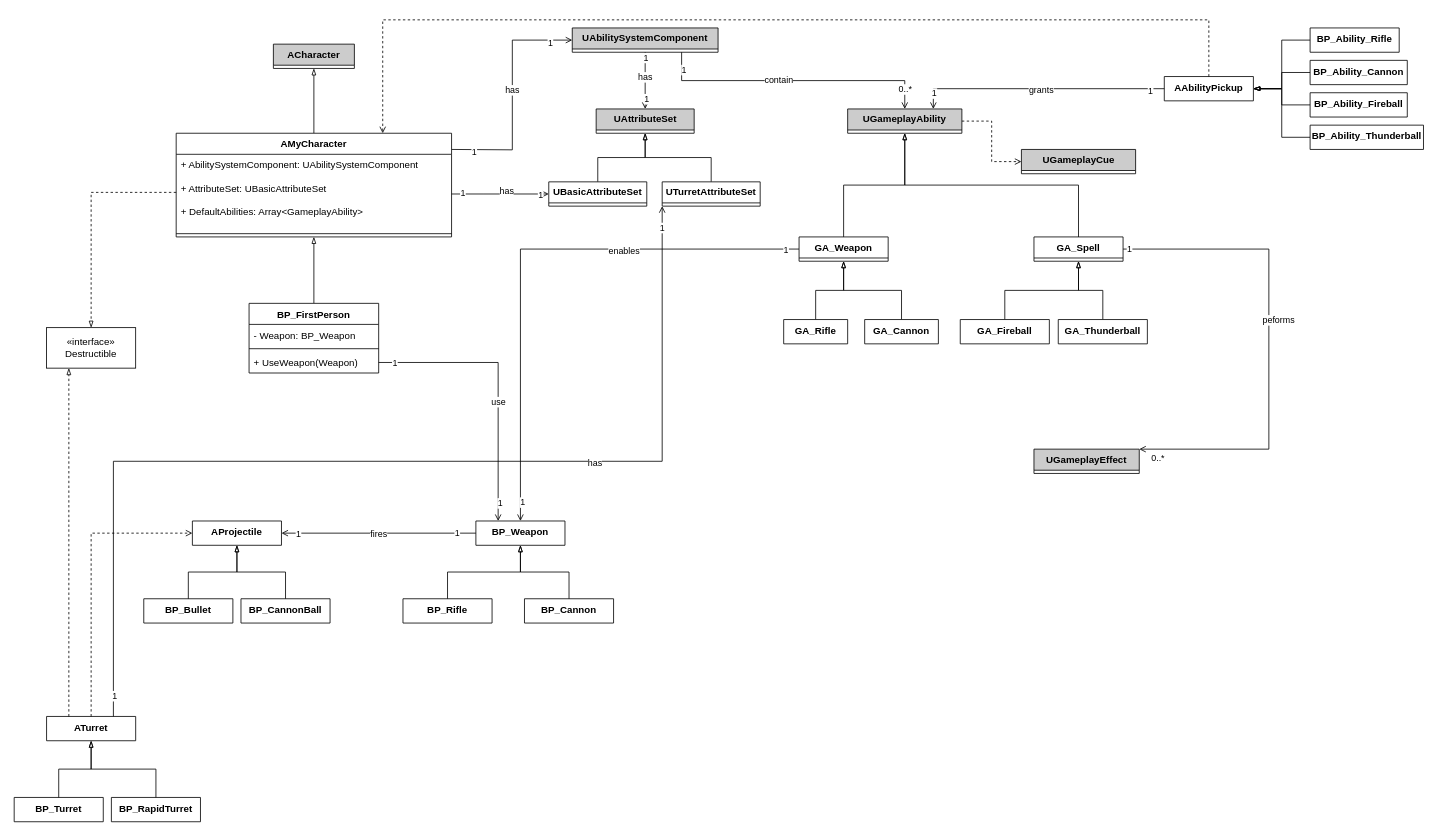
The draw.io diagram TurretShooter_UML_Class.drawio in Grandmarkk/TurretShooter, before the edit. Source tidied: cells renumbered, new cells numbered last; positions are measured from the earlier drawing's top-left corner, leaving out a move shared by most shapes. Both pictures are drawn from the tidied source at 81%, with x=0, y=0 at pixel (14, 19).
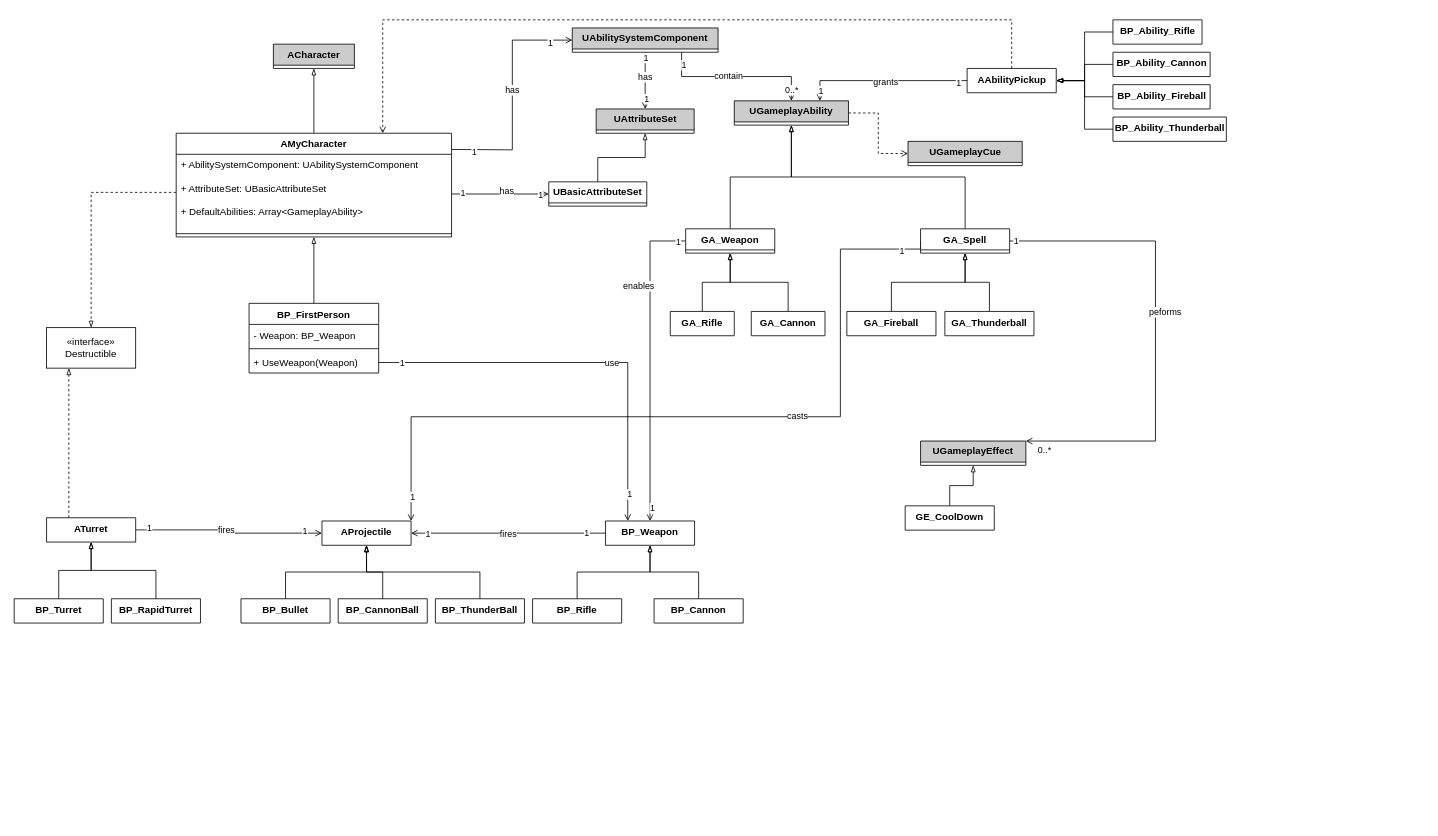
After the change.

Commit message (it also covers changes not shown here):
Class diagram updated

Unchanged cells that the change refers to:
```xml
<mxCell id="12" value="AMyCharacter" style="swimlane;fontStyle=1;align=center;verticalAlign=top;horizontal=1;startSize=26;whiteSpace=wrap;html=1;" parent="1" vertex="1">
  <mxGeometry x="200" y="140" width="340" height="128" as="geometry" />
</mxCell>
<mxCell id="33" value="&lt;b&gt;UAttributeSet&lt;/b&gt;" style="swimlane;fontStyle=0;horizontal=1;startSize=26;fillColor=#CCCCCC;whiteSpace=wrap;html=1;" parent="1" vertex="1" collapsed="1">
  <mxGeometry x="718.5" y="110" width="121" height="30" as="geometry" />
</mxCell>
```

Diff of the diagram source:
```diff
@@
     <mxCell id="37" value="&lt;b&gt;UGameplayAbility&lt;/b&gt;" style="swimlane;fontStyle=0;horizontal=1;startSize=26;fillColor=#CCCCCC;whiteSpace=wrap;html=1;" parent="1" vertex="1" collapsed="1">
-      <mxGeometry x="1029" y="110" width="141" height="30" as="geometry" />
+      <mxGeometry x="889" y="100" width="141" height="30" as="geometry" />
     </mxCell>
@@
     <mxCell id="39" style="edgeStyle=orthogonalEdgeStyle;rounded=0;jettySize=auto;html=1;endArrow=open;endFill=0;" parent="1" edge="1" source="43" target="48">
-      <mxGeometry relative="1" as="geometry" />
+      <mxGeometry relative="1" as="geometry">
+        <Array as="points">
+          <mxPoint x="785" y="273" />
+        </Array>
+      </mxGeometry>
     </mxCell>
     <mxCell id="40" value="enables" style="edgeLabel;html=1;align=center;verticalAlign=middle;" parent="39" vertex="1">
       <mxGeometry x="-0.49" y="1" relative="1" as="geometry">
-        <mxPoint x="-44" as="offset" />
+        <mxPoint x="-16" as="offset" />
       </mxGeometry>
     </mxCell>
@@
     <mxCell id="43" value="GA_Weapon" style="swimlane;fontStyle=1;align=center;verticalAlign=top;horizontal=1;startSize=26;whiteSpace=wrap;html=1;" parent="1" vertex="1" collapsed="1">
-      <mxGeometry x="969" y="268" width="110" height="30" as="geometry" />
+      <mxGeometry x="829" y="258" width="110" height="30" as="geometry" />
     </mxCell>
@@
     <mxCell id="48" value="BP_Weapon" style="swimlane;fontStyle=1;align=center;verticalAlign=top;horizontal=1;startSize=0;whiteSpace=wrap;html=1;" parent="1" vertex="1" collapsed="1">
-      <mxGeometry x="570" y="618.7" width="110" height="30" as="geometry" />
+      <mxGeometry x="730" y="618.7" width="110" height="30" as="geometry" />
     </mxCell>
@@
     <mxCell id="50" style="edgeStyle=orthogonalEdgeStyle;rounded=0;jettySize=auto;html=1;endArrow=open;endFill=0;exitX=1;exitY=0.5;exitDx=0;exitDy=0;entryX=1;entryY=0;entryDx=0;entryDy=0;" parent="1" edge="1" source="54" target="72">
       <mxGeometry relative="1" as="geometry">
         <Array as="points">
-          <mxPoint x="1549" y="283" />
-          <mxPoint x="1549" y="530" />
+          <mxPoint x="1409" y="273" />
+          <mxPoint x="1409" y="520" />
         </Array>
       </mxGeometry>
     </mxCell>
@@
+    <mxCell id="103" style="edgeStyle=orthogonalEdgeStyle;rounded=0;jettySize=auto;html=1;exitX=0;exitY=0.5;exitDx=0;exitDy=0;entryX=1;entryY=0;entryDx=0;entryDy=0;endArrow=open;endFill=0;" parent="1" edge="1" source="54" target="57">
+      <mxGeometry relative="1" as="geometry">
+        <Array as="points">
+          <mxPoint x="1119" y="283" />
+          <mxPoint x="1020" y="283" />
+          <mxPoint x="1020" y="490" />
+          <mxPoint x="490" y="490" />
+        </Array>
+      </mxGeometry>
+    </mxCell>
+    <mxCell id="104" value="casts" style="edgeLabel;html=1;align=center;verticalAlign=middle;" parent="103" vertex="1">
+      <mxGeometry x="-0.24" y="-2" relative="1" as="geometry" />
+    </mxCell>
+    <mxCell id="105" value="1" style="edgeLabel;html=1;align=center;verticalAlign=middle;" parent="103" vertex="1">
+      <mxGeometry x="0.94" y="1" relative="1" as="geometry">
+        <mxPoint y="-1" as="offset" />
+      </mxGeometry>
+    </mxCell>
+    <mxCell id="106" value="1" style="edgeLabel;html=1;align=center;verticalAlign=middle;" parent="103" vertex="1">
+      <mxGeometry x="-0.93" y="1" relative="1" as="geometry" />
+    </mxCell>
     <mxCell id="54" value="GA_Spell" style="swimlane;fontStyle=1;align=center;verticalAlign=top;horizontal=1;startSize=26;whiteSpace=wrap;html=1;" parent="1" vertex="1" collapsed="1">
-      <mxGeometry x="1259" y="268" width="110" height="30" as="geometry" />
+      <mxGeometry x="1119" y="258" width="110" height="30" as="geometry" />
     </mxCell>
@@
     <mxCell id="56" value="BP_Rifle" style="swimlane;fontStyle=1;align=center;verticalAlign=top;horizontal=1;startSize=0;whiteSpace=wrap;html=1;" parent="1" vertex="1" collapsed="1">
-      <mxGeometry x="480" y="714.7" width="110" height="30" as="geometry" />
+      <mxGeometry x="640" y="714.7" width="110" height="30" as="geometry" />
     </mxCell>
     <mxCell id="57" value="AProjectile" style="swimlane;fontStyle=1;align=center;verticalAlign=top;horizontal=1;startSize=0;whiteSpace=wrap;html=1;" parent="1" vertex="1" collapsed="1">
-      <mxGeometry x="220" y="618.7" width="110" height="30" as="geometry" />
+      <mxGeometry x="380" y="618.7" width="110" height="30" as="geometry" />
     </mxCell>
@@
     <mxCell id="59" value="BP_Bullet" style="swimlane;fontStyle=1;align=center;verticalAlign=top;horizontal=1;startSize=0;whiteSpace=wrap;html=1;" parent="1" vertex="1" collapsed="1">
-      <mxGeometry x="160" y="714.7" width="110" height="30" as="geometry" />
+      <mxGeometry x="280" y="714.7" width="110" height="30" as="geometry" />
     </mxCell>
@@
     <mxCell id="61" value="GA_Rifle" style="swimlane;fontStyle=1;align=center;verticalAlign=top;horizontal=1;startSize=30;whiteSpace=wrap;html=1;" parent="1" vertex="1" collapsed="1">
-      <mxGeometry x="950" y="370" width="79" height="30" as="geometry" />
+      <mxGeometry x="810" y="360" width="79" height="30" as="geometry" />
     </mxCell>
@@
     <mxCell id="63" value="GA_Fireball" style="swimlane;fontStyle=1;align=center;verticalAlign=top;horizontal=1;startSize=30;whiteSpace=wrap;html=1;" parent="1" vertex="1" collapsed="1">
-      <mxGeometry x="1168" y="370" width="110" height="30" as="geometry" />
+      <mxGeometry x="1028" y="360" width="110" height="30" as="geometry" />
     </mxCell>
@@
     <mxCell id="65" value="GA_Thunderball" style="swimlane;fontStyle=1;align=center;verticalAlign=top;horizontal=1;startSize=30;whiteSpace=wrap;html=1;" parent="1" vertex="1" collapsed="1">
-      <mxGeometry x="1289" y="370" width="110" height="30" as="geometry" />
+      <mxGeometry x="1149" y="360" width="110" height="30" as="geometry" />
     </mxCell>
@@
     <mxCell id="67" value="GA_Cannon" style="swimlane;fontStyle=1;align=center;verticalAlign=top;horizontal=1;startSize=30;whiteSpace=wrap;html=1;" parent="1" vertex="1" collapsed="1">
-      <mxGeometry x="1050" y="370" width="91" height="30" as="geometry" />
+      <mxGeometry x="910" y="360" width="91" height="30" as="geometry" />
     </mxCell>
@@
     <mxCell id="69" value="BP_CannonBall" style="swimlane;fontStyle=1;align=center;verticalAlign=top;horizontal=1;startSize=0;whiteSpace=wrap;html=1;" parent="1" vertex="1" collapsed="1">
-      <mxGeometry x="280" y="714.7" width="110" height="30" as="geometry" />
+      <mxGeometry x="400" y="714.7" width="110" height="30" as="geometry" />
     </mxCell>
@@
     <mxCell id="71" value="BP_Cannon" style="swimlane;fontStyle=1;align=center;verticalAlign=top;horizontal=1;startSize=0;whiteSpace=wrap;html=1;" parent="1" vertex="1" collapsed="1">
-      <mxGeometry x="630" y="714.7" width="110" height="30" as="geometry" />
+      <mxGeometry x="790" y="714.7" width="110" height="30" as="geometry" />
     </mxCell>
     <mxCell id="72" value="&lt;b&gt;UGameplayEffect&lt;/b&gt;" style="swimlane;fontStyle=0;horizontal=1;startSize=26;fillColor=#CCCCCC;whiteSpace=wrap;html=1;" parent="1" vertex="1" collapsed="1">
-      <mxGeometry x="1259" y="530" width="130" height="30" as="geometry" />
+      <mxGeometry x="1119" y="520" width="130" height="30" as="geometry" />
     </mxCell>
-    <mxCell id="73" style="edgeStyle=orthogonalEdgeStyle;rounded=0;jettySize=auto;html=1;entryX=0;entryY=0.5;entryDx=0;entryDy=0;exitX=0.5;exitY=0;exitDx=0;exitDy=0;endArrow=open;endFill=0;dashed=1;" parent="1" edge="1" source="79" target="57">
+    <mxCell id="73" style="edgeStyle=orthogonalEdgeStyle;rounded=0;jettySize=auto;html=1;entryX=0;entryY=0.5;entryDx=0;entryDy=0;exitX=1;exitY=0.5;exitDx=0;exitDy=0;endArrow=open;endFill=0;" parent="1" edge="1" source="79" target="57">
       <mxGeometry relative="1" as="geometry" />
     </mxCell>
+    <mxCell id="107" value="fires" style="edgeLabel;html=1;align=center;verticalAlign=middle;" parent="73" vertex="1">
+      <mxGeometry x="-0.05" y="1" relative="1" as="geometry">
+        <mxPoint y="1" as="offset" />
+      </mxGeometry>
+    </mxCell>
+    <mxCell id="108" value="1" style="edgeLabel;html=1;align=center;verticalAlign=middle;" parent="73" vertex="1">
+      <mxGeometry x="-0.86" y="3" relative="1" as="geometry">
+        <mxPoint y="1" as="offset" />
+      </mxGeometry>
+    </mxCell>
+    <mxCell id="109" value="1" style="edgeLabel;html=1;align=center;verticalAlign=middle;" parent="73" vertex="1">
+      <mxGeometry x="0.81" y="3" relative="1" as="geometry" />
+    </mxCell>
@@
-    <mxCell id="75" style="edgeStyle=orthogonalEdgeStyle;rounded=0;jettySize=auto;html=1;exitX=0.75;exitY=0;exitDx=0;exitDy=0;entryX=0;entryY=1;entryDx=0;entryDy=0;endArrow=open;endFill=0;" parent="1" edge="1" source="79" target="81">
-      <mxGeometry relative="1" as="geometry" />
-    </mxCell>
-    <mxCell id="76" value="has" style="edgeLabel;html=1;align=center;verticalAlign=middle;" parent="75" vertex="1">
-      <mxGeometry x="0.39" y="-1" relative="1" as="geometry" />
-    </mxCell>
-    <mxCell id="77" value="1" style="edgeLabel;html=1;align=center;verticalAlign=middle;" parent="75" vertex="1">
-      <mxGeometry x="0.96" y="1" relative="1" as="geometry" />
-    </mxCell>
-    <mxCell id="78" value="1" style="edgeLabel;html=1;align=center;verticalAlign=middle;" parent="75" vertex="1">
-      <mxGeometry x="-0.96" y="-1" relative="1" as="geometry" />
-    </mxCell>
     <mxCell id="79" value="ATurret" style="swimlane;fontStyle=1;align=center;verticalAlign=top;horizontal=1;startSize=0;whiteSpace=wrap;html=1;" parent="1" vertex="1" collapsed="1">
-      <mxGeometry x="40" y="860" width="110" height="30" as="geometry" />
+      <mxGeometry x="40" y="614.7" width="110" height="30" as="geometry" />
     </mxCell>
-    <mxCell id="80" style="edgeStyle=orthogonalEdgeStyle;rounded=0;jettySize=auto;html=1;endArrow=blockThin;endFill=0;exitX=0.5;exitY=0;exitDx=0;exitDy=0;entryX=0.5;entryY=1;entryDx=0;entryDy=0;" parent="1" edge="1" source="81" target="33">
-      <mxGeometry relative="1" as="geometry" />
-    </mxCell>
-    <mxCell id="81" value="&lt;b&gt;UTurretAttributeSet&lt;/b&gt;" style="swimlane;fontStyle=0;horizontal=1;startSize=26;fillColor=#FFFFFF;whiteSpace=wrap;html=1;" parent="1" vertex="1" collapsed="1">
-      <mxGeometry x="800" y="200" width="121" height="30" as="geometry" />
-    </mxCell>
@@
     <mxCell id="85" value="BP_Turret" style="swimlane;fontStyle=1;align=center;verticalAlign=top;horizontal=1;startSize=0;whiteSpace=wrap;html=1;" parent="1" vertex="1" collapsed="1">
-      <mxGeometry y="960" width="110" height="30" as="geometry" />
+      <mxGeometry y="714.7" width="110" height="30" as="geometry" />
     </mxCell>
@@
     <mxCell id="87" value="BP_RapidTurret" style="swimlane;fontStyle=1;align=center;verticalAlign=top;horizontal=1;startSize=0;whiteSpace=wrap;html=1;" parent="1" vertex="1" collapsed="1">
-      <mxGeometry x="120" y="960" width="110" height="30" as="geometry" />
+      <mxGeometry x="120" y="714.7" width="110" height="30" as="geometry" />
     </mxCell>
     <mxCell id="88" value="&lt;b&gt;UGameplayCue&lt;/b&gt;" style="swimlane;fontStyle=0;horizontal=1;startSize=26;fillColor=#CCCCCC;whiteSpace=wrap;html=1;" parent="1" vertex="1" collapsed="1">
-      <mxGeometry x="1243.5" y="160" width="141" height="30" as="geometry" />
+      <mxGeometry x="1103.5" y="150" width="141" height="30" as="geometry" />
     </mxCell>
@@
     <mxCell id="93" style="edgeStyle=orthogonalEdgeStyle;rounded=0;jettySize=auto;html=1;exitX=0.5;exitY=0;exitDx=0;exitDy=0;entryX=0.75;entryY=0;entryDx=0;entryDy=0;endArrow=open;endFill=0;dashed=1;" parent="1" edge="1" source="94" target="12">
       <mxGeometry relative="1" as="geometry">
         <Array as="points">
-          <mxPoint x="1475" />
+          <mxPoint x="1232" />
           <mxPoint x="455" />
         </Array>
       </mxGeometry>
     </mxCell>
     <mxCell id="94" value="AAbilityPickup" style="swimlane;fontStyle=1;align=center;verticalAlign=top;horizontal=1;startSize=0;whiteSpace=wrap;html=1;" parent="1" vertex="1" collapsed="1">
-      <mxGeometry x="1419.9" y="70" width="110" height="30" as="geometry" />
+      <mxGeometry x="1176.5" y="60" width="110" height="30" as="geometry" />
     </mxCell>
@@
     <mxCell id="96" value="BP_Ability_Rifle" style="swimlane;fontStyle=1;align=center;verticalAlign=top;horizontal=1;startSize=0;whiteSpace=wrap;html=1;" parent="1" vertex="1" collapsed="1">
-      <mxGeometry x="1599.9" y="10" width="110" height="30" as="geometry" />
+      <mxGeometry x="1356.5" width="110" height="30" as="geometry" />
     </mxCell>
@@
     <mxCell id="98" value="BP_Ability_Cannon" style="swimlane;fontStyle=1;align=center;verticalAlign=top;horizontal=1;startSize=0;whiteSpace=wrap;html=1;" parent="1" vertex="1" collapsed="1">
-      <mxGeometry x="1599.9" y="50" width="120" height="30" as="geometry" />
+      <mxGeometry x="1356.5" y="40" width="120" height="30" as="geometry" />
     </mxCell>
@@
     <mxCell id="100" value="BP_Ability_Fireball" style="swimlane;fontStyle=1;align=center;verticalAlign=top;horizontal=1;startSize=0;whiteSpace=wrap;html=1;" parent="1" vertex="1" collapsed="1">
-      <mxGeometry x="1599.9" y="90" width="120" height="30" as="geometry" />
+      <mxGeometry x="1356.5" y="80" width="120" height="30" as="geometry" />
     </mxCell>
@@
     <mxCell id="102" value="BP_Ability_Thunderball" style="swimlane;fontStyle=1;align=center;verticalAlign=top;horizontal=1;startSize=0;whiteSpace=wrap;html=1;" parent="1" vertex="1" collapsed="1">
-      <mxGeometry x="1599.9" y="130" width="140" height="30" as="geometry" />
+      <mxGeometry x="1356.5" y="120" width="140" height="30" as="geometry" />
     </mxCell>
+    <mxCell id="110" style="edgeStyle=orthogonalEdgeStyle;rounded=0;jettySize=auto;html=1;entryX=0.5;entryY=1;entryDx=0;entryDy=0;endArrow=blockThin;endFill=0;" parent="1" edge="1" source="111" target="72">
+      <mxGeometry relative="1" as="geometry" />
+    </mxCell>
+    <mxCell id="111" value="GE_CoolDown" style="swimlane;fontStyle=1;align=center;verticalAlign=top;horizontal=1;startSize=30;whiteSpace=wrap;html=1;" parent="1" vertex="1" collapsed="1">
+      <mxGeometry x="1100" y="600" width="110" height="30" as="geometry" />
+    </mxCell>
+    <mxCell id="112" style="edgeStyle=orthogonalEdgeStyle;rounded=0;jettySize=auto;html=1;exitX=0.5;exitY=0;exitDx=0;exitDy=0;entryX=0.5;entryY=1;entryDx=0;entryDy=0;endArrow=blockThin;endFill=0;" parent="1" edge="1" source="113" target="57">
+      <mxGeometry relative="1" as="geometry" />
+    </mxCell>
+    <mxCell id="113" value="BP_ThunderBall" style="swimlane;fontStyle=1;align=center;verticalAlign=top;horizontal=1;startSize=0;whiteSpace=wrap;html=1;" parent="1" vertex="1" collapsed="1">
+      <mxGeometry x="520" y="714.7" width="110" height="30" as="geometry" />
+    </mxCell>
```
